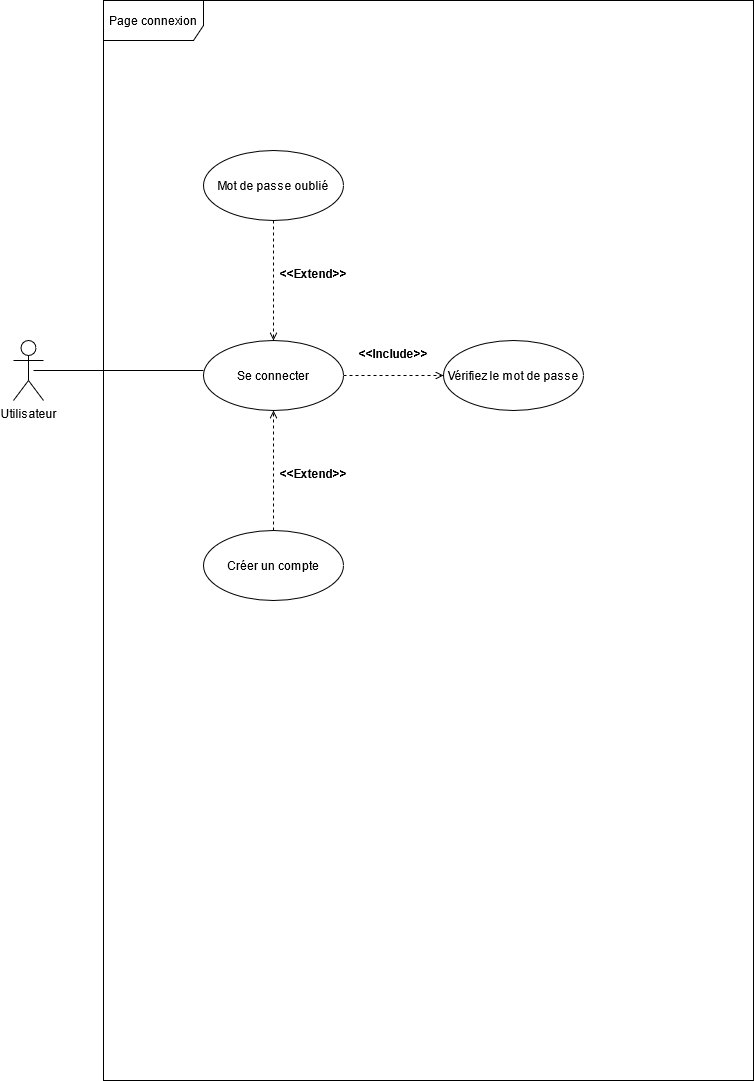
Earlier version of the draw.io export UML/uml_page_connexion.png (Dany-cm/P3_Designez_une_application). Source tidied: cells renumbered, new cells last; positions are measured from the earlier drawing's top-left corner, leaving out a move shared by most shapes.
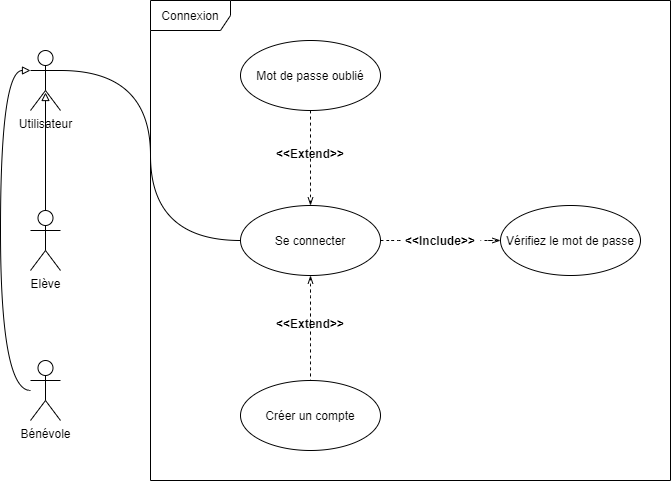
After the commit.

The edit, as a diff of the source:
```diff
@@ -3,43 +3,63 @@
     <mxCell id="0" />
     <mxCell id="1" parent="0" />
     <mxCell id="2" value="Utilisateur" style="shape=umlActor;verticalLabelPosition=bottom;verticalAlign=top;html=1;" parent="1" vertex="1">
-      <mxGeometry y="340" width="30" height="60" as="geometry" />
+      <mxGeometry x="-20" y="290" width="30" height="60" as="geometry" />
     </mxCell>
-    <mxCell id="3" value="Page connexion" style="shape=umlFrame;whiteSpace=wrap;html=1;width=100;height=40;" parent="1" vertex="1">
-      <mxGeometry x="90" width="650" height="1080" as="geometry" />
-    </mxCell>
-    <mxCell id="4" style="edgeStyle=orthogonalEdgeStyle;rounded=0;sketch=0;jettySize=auto;html=1;dashed=1;endArrow=open;endFill=0;" parent="1" edge="1" source="5" target="13">
-      <mxGeometry relative="1" as="geometry" />
-    </mxCell>
+    <mxCell id="15" style="edgeStyle=orthogonalEdgeStyle;curved=1;jettySize=auto;html=1;entryX=0.5;entryY=0.7;entryDx=0;entryDy=0;entryPerimeter=0;endArrow=block;endFill=0;" parent="1" edge="1" source="16" target="2">
+      <mxGeometry relative="1" as="geometry" />
+    </mxCell>
+    <mxCell id="16" value="Elève" style="shape=umlActor;verticalLabelPosition=bottom;verticalAlign=top;html=1;" parent="1" vertex="1">
+      <mxGeometry x="-20" y="450" width="30" height="60" as="geometry" />
+    </mxCell>
+    <mxCell id="17" style="edgeStyle=orthogonalEdgeStyle;curved=1;jettySize=auto;html=1;entryX=0;entryY=0.3333333333333333;entryDx=0;entryDy=0;entryPerimeter=0;endArrow=block;endFill=0;" parent="1" edge="1" source="18" target="2">
+      <mxGeometry relative="1" as="geometry">
+        <Array as="points">
+          <mxPoint x="-50" y="630" />
+          <mxPoint x="-50" y="310" />
+        </Array>
+      </mxGeometry>
+    </mxCell>
+    <mxCell id="18" value="Bénévole" style="shape=umlActor;verticalLabelPosition=bottom;verticalAlign=top;html=1;" parent="1" vertex="1">
+      <mxGeometry x="-20" y="600" width="30" height="60" as="geometry" />
+    </mxCell>
+    <mxCell id="19" value="Connexion" style="shape=umlFrame;whiteSpace=wrap;html=1;width=80;height=30;" parent="1" vertex="1">
+      <mxGeometry x="100" y="240" width="520" height="480" as="geometry" />
+    </mxCell>
+    <mxCell id="20" style="edgeStyle=orthogonalEdgeStyle;jettySize=auto;html=1;entryX=1;entryY=0.3333333333333333;entryDx=0;entryDy=0;entryPerimeter=0;curved=1;endArrow=none;endFill=0;" parent="1" edge="1" source="5" target="2">
+      <mxGeometry relative="1" as="geometry" />
+    </mxCell>
+    <mxCell id="21" style="edgeStyle=orthogonalEdgeStyle;curved=1;jettySize=auto;html=1;dashed=1;startArrow=openThin;startFill=0;endArrow=none;endFill=0;" parent="1" edge="1" source="5" target="11">
+      <mxGeometry relative="1" as="geometry" />
+    </mxCell>
+    <mxCell id="22" style="edgeStyle=orthogonalEdgeStyle;curved=1;jettySize=auto;html=1;entryX=0.5;entryY=1;entryDx=0;entryDy=0;dashed=1;startArrow=openThin;startFill=0;endArrow=none;endFill=0;" parent="1" edge="1" source="5" target="8">
+      <mxGeometry relative="1" as="geometry" />
+    </mxCell>
     <mxCell id="5" value="Se connecter" style="ellipse;whiteSpace=wrap;html=1;" parent="1" vertex="1">
-      <mxGeometry x="190" y="340" width="140" height="70" as="geometry" />
+      <mxGeometry x="190" y="445" width="140" height="70" as="geometry" />
     </mxCell>
-    <mxCell id="6" style="line;strokeWidth=1;fillColor=none;align=left;verticalAlign=middle;spacingTop=-1;spacingLeft=3;spacingRight=3;labelPosition=right;" parent="1" vertex="1">
-      <mxGeometry x="20" y="366" width="170" height="8" as="geometry" />
-    </mxCell>
-    <mxCell id="7" style="edgeStyle=orthogonalEdgeStyle;rounded=0;jettySize=auto;html=1;dashed=1;endArrow=open;endFill=0;sketch=0;" parent="1" edge="1" source="8" target="5">
-      <mxGeometry relative="1" as="geometry" />
-    </mxCell>
     <mxCell id="8" value="Mot de passe oublié" style="ellipse;whiteSpace=wrap;html=1;" parent="1" vertex="1">
-      <mxGeometry x="190" y="150" width="140" height="70" as="geometry" />
+      <mxGeometry x="190" y="280" width="140" height="70" as="geometry" />
     </mxCell>
-    <mxCell id="9" value="&lt;&lt;Extend&gt;&gt;" style="text;align=center;fontStyle=1;verticalAlign=middle;spacingLeft=3;spacingRight=3;strokeColor=none;" parent="1" vertex="1">
-      <mxGeometry x="260" y="260" width="80" height="26" as="geometry" />
-    </mxCell>
-    <mxCell id="10" style="edgeStyle=orthogonalEdgeStyle;rounded=0;sketch=0;jettySize=auto;html=1;entryX=0.5;entryY=1;entryDx=0;entryDy=0;dashed=1;endArrow=open;endFill=0;" parent="1" edge="1" source="11" target="5">
-      <mxGeometry relative="1" as="geometry" />
-    </mxCell>
     <mxCell id="11" value="Créer un compte" style="ellipse;whiteSpace=wrap;html=1;" parent="1" vertex="1">
-      <mxGeometry x="190" y="530" width="140" height="70" as="geometry" />
+      <mxGeometry x="190" y="620" width="140" height="70" as="geometry" />
     </mxCell>
-    <mxCell id="12" value="&lt;&lt;Extend&gt;&gt;" style="text;align=center;fontStyle=1;verticalAlign=middle;spacingLeft=3;spacingRight=3;strokeColor=none;" parent="1" vertex="1">
-      <mxGeometry x="260" y="460" width="80" height="26" as="geometry" />
-    </mxCell>
+    <mxCell id="23" style="edgeStyle=orthogonalEdgeStyle;curved=1;jettySize=auto;html=1;dashed=1;startArrow=none;startFill=0;endArrow=none;endFill=0;" parent="1" edge="1" source="14" target="5">
+      <mxGeometry relative="1" as="geometry" />
+    </mxCell>
     <mxCell id="13" value="Vérifiez le mot de passe" style="ellipse;whiteSpace=wrap;html=1;" parent="1" vertex="1">
-      <mxGeometry x="430" y="340" width="140" height="70" as="geometry" />
+      <mxGeometry x="450" y="445" width="140" height="70" as="geometry" />
     </mxCell>
+    <mxCell id="24" value="&lt;&lt;Extend&gt;&gt;" style="text;align=center;fontStyle=1;verticalAlign=middle;spacingLeft=3;spacingRight=3;strokeColor=none;" parent="1" vertex="1">
+      <mxGeometry x="220" y="550" width="80" height="26" as="geometry" />
+    </mxCell>
     <mxCell id="14" value="&lt;&lt;Include&gt;&gt;" style="text;align=center;fontStyle=1;verticalAlign=middle;spacingLeft=3;spacingRight=3;strokeColor=none;points=[[0,0.5],[1,0.5]];portConstraint=eastwest;" parent="1" vertex="1">
-      <mxGeometry x="340" y="340" width="80" height="26" as="geometry" />
+      <mxGeometry x="350" y="467" width="80" height="26" as="geometry" />
     </mxCell>
+    <mxCell id="25" style="edgeStyle=orthogonalEdgeStyle;curved=1;jettySize=auto;html=1;dashed=1;startArrow=openThin;startFill=0;endArrow=none;endFill=0;" parent="1" edge="1" source="13" target="14">
+      <mxGeometry relative="1" as="geometry" />
+    </mxCell>
+    <mxCell id="26" value="&lt;&lt;Extend&gt;&gt;" style="text;align=center;fontStyle=1;verticalAlign=middle;spacingLeft=3;spacingRight=3;strokeColor=none;" parent="1" vertex="1">
+      <mxGeometry x="220" y="380" width="80" height="26" as="geometry" />
+    </mxCell>
   </root>
 </mxGraphModel>
```
